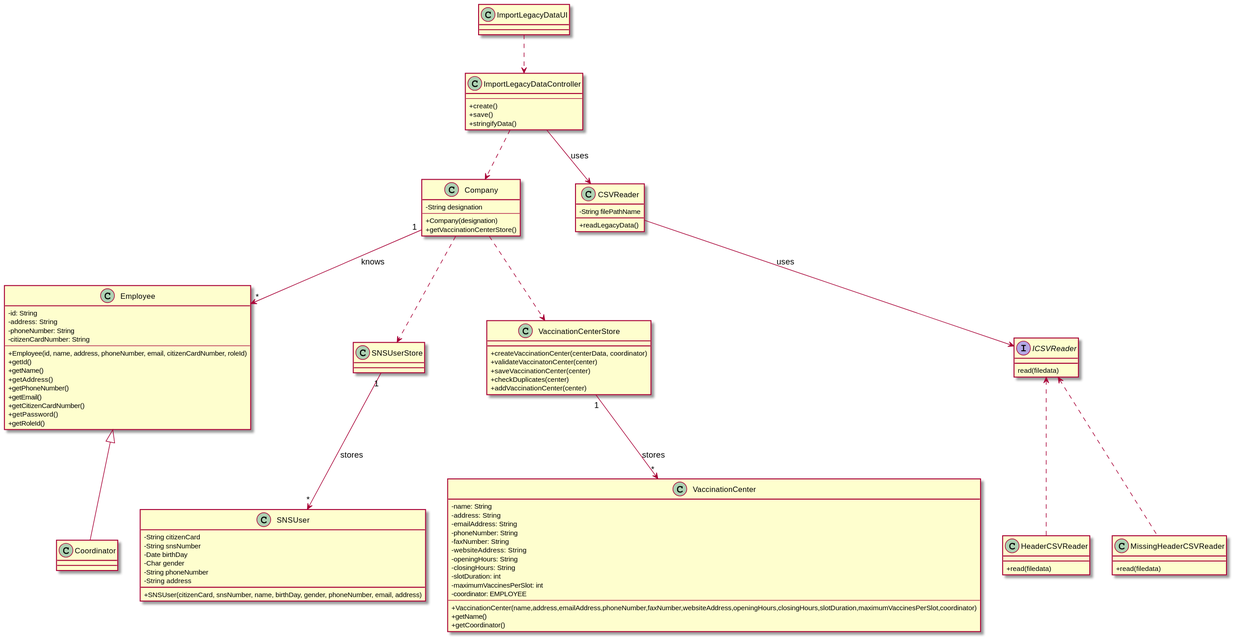
Above: docs/SprintD/US17/CD/US17_CD.svg in miseEnPlace-i/lapr2 (PlantUML), before the change.
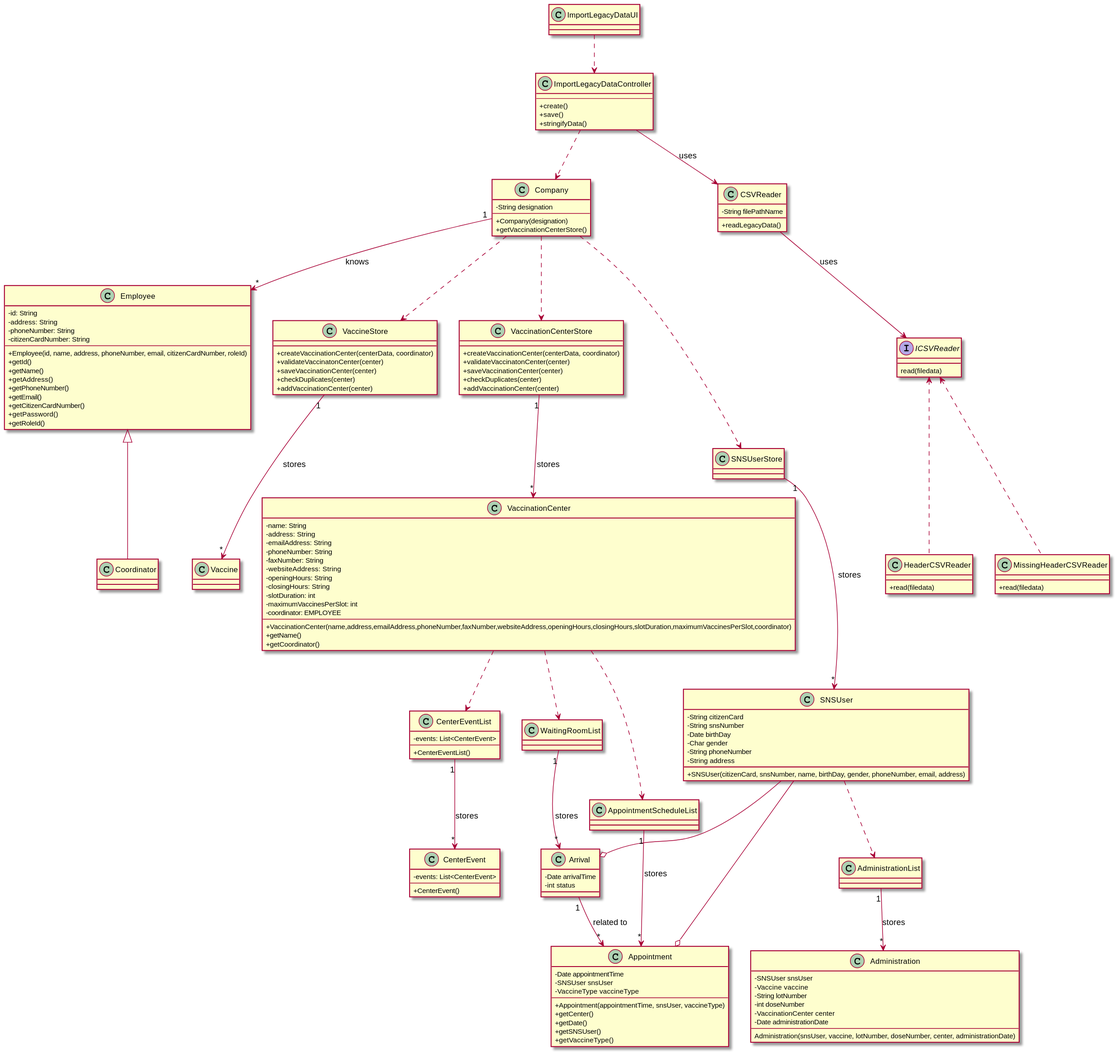
After the commit.

Diff of the diagram source:
```diff
@@ -1,5 +1,49 @@
 @startuml US17_CD
 skinparam classAttributeIconSize 0
+
+class Appointment {
+  - Date appointmentTime
+  - SNSUser snsUser
+  - VaccineType vaccineType
+  ---
+  + Appointment(appointmentTime, snsUser, vaccineType)
+  + getCenter()
+  + getDate()
+  + getSNSUser()
+  + getVaccineType()
+}
+
+class AppointmentScheduleList {}
+
+class Administration {
+  - SNSUser snsUser
+  - Vaccine vaccine
+  - String lotNumber
+  - int doseNumber
+  - VaccinationCenter center
+  - Date administrationDate
+  ---
+  Administration(snsUser, vaccine, lotNumber, doseNumber, center, administrationDate)
+}
+
+class AdministrationList {}
+
+class Arrival {
+  - Date arrivalTime
+  - int status
+}
+
+class CenterEventList {
+  - events: List<CenterEvent>
+  ---
+  + CenterEventList()
+}
+
+class CenterEvent {
+  - events: List<CenterEvent>
+  ---
+  + CenterEvent()
+}
 
 class Company {
   - String designation
@@ -92,9 +136,24 @@
   + addVaccinationCenter(center)
 }
 
+class VaccineStore {
+  + createVaccinationCenter(centerData, coordinator)
+  + validateVaccinatonCenter(center)
+  + saveVaccinationCenter(center)
+  + checkDuplicates(center)
+  + addVaccinationCenter(center)
+}
+
+class Vaccine {}
+
+
+AdministrationList "1" --> "*" Administration : stores
+
+Arrival "1" --> "*" Appointment : related to
 
 Company ..> SNSUserStore
 Company ..> VaccinationCenterStore
+Company ..> VaccineStore
 Company "1" --> "*" Employee : knows
 
 CSVReader --> ICSVReader : uses
@@ -110,8 +169,23 @@
 
 ImportLegacyDataUI ..> ImportLegacyDataController
 
+SNSUser ..> AdministrationList
+SNSUser --o Appointment
+SNSUser --o Arrival
+
 SNSUserStore "1" --> "*" SNSUser : stores
+
+VaccinationCenter ..> AppointmentScheduleList
+VaccinationCenter ..> CenterEventList
+VaccinationCenter ..> WaitingRoomList
+
+AppointmentScheduleList "1" --> "*" Appointment : stores
+CenterEventList "1" --> "*" CenterEvent : stores
 
 VaccinationCenterStore "1" --> "*" VaccinationCenter : stores
 
+VaccineStore "1" --> "*" Vaccine : stores
+
+WaitingRoomList "1" --> "*" Arrival : stores
+
 @enduml
```
